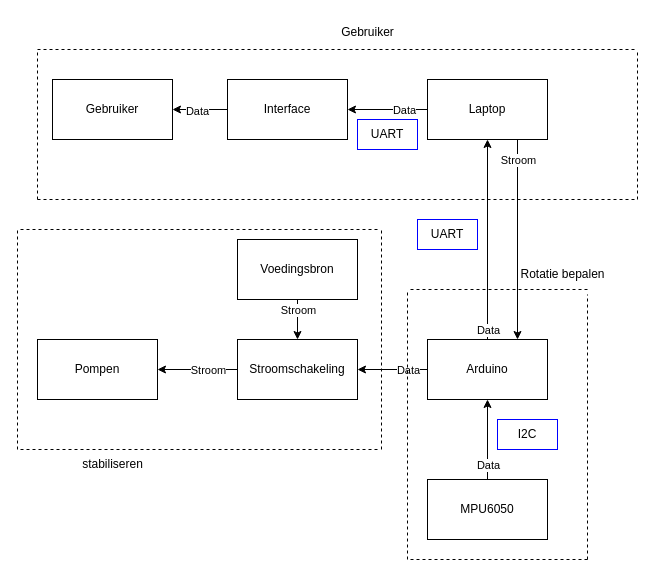
Matthijs-Hart/Project-5-6---Floating-Farm keeps this draw.io diagram as Opleverset/Ontwerpen/Systeemarchitectuur ontwerp.drawio. Above is the earlier version. Source tidied: cells renumbered, new cells numbered last; positions are measured from the earlier drawing's top-left corner, leaving out a move shared by most shapes. Both pictures are drawn from the tidied source at 100%, with x=0, y=0 at pixel (17, 17).
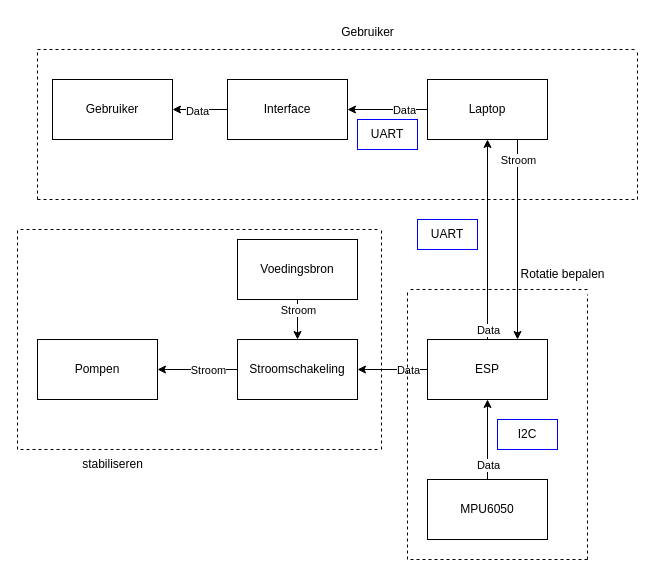
The same diagram, later.

Commit message (it also covers changes not shown here):
ReadME aangepast, Adviezen aangemaakt, uitgaves geupdate, Systeemarchitectuurontwerp verbeterd

What changed in the source:
```diff
@@
-    <mxCell id="12" value="Arduino" style="rounded=0;whiteSpace=wrap;html=1;" parent="1" vertex="1">
+    <mxCell id="12" value="ESP" style="rounded=0;whiteSpace=wrap;html=1;" parent="1" vertex="1">
       <mxGeometry x="410" y="322" width="120" height="60" as="geometry" />
     </mxCell>
```
